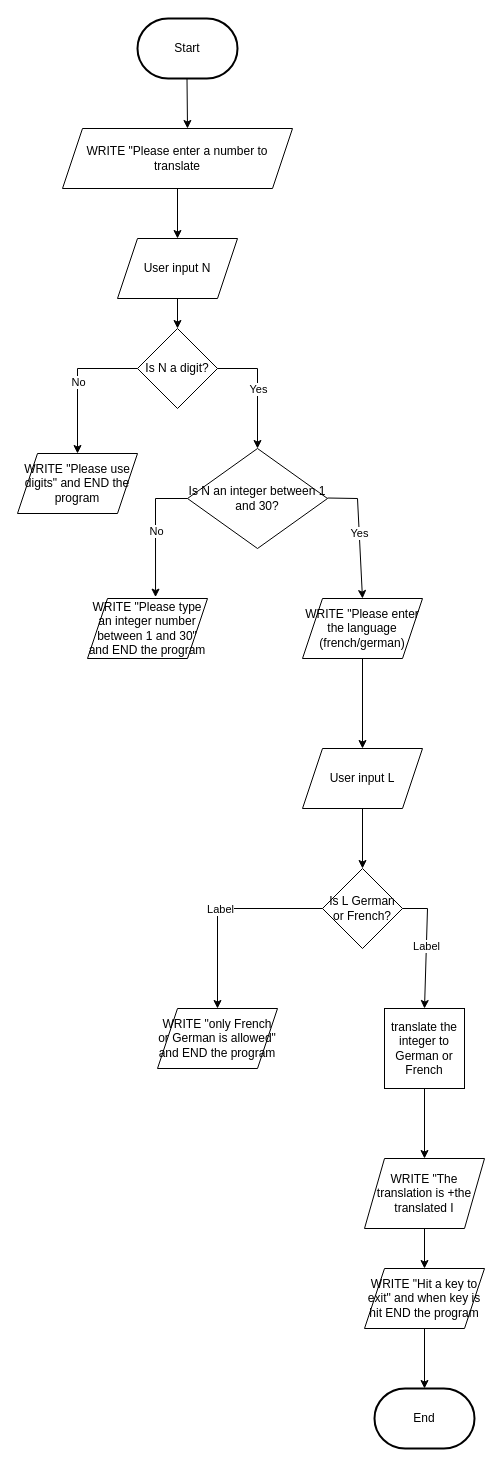
This is Untitled Diagram.drawio from AdelaKrckova/Integer-translator, a draw.io file, before an edit. Source tidied: cells renumbered, new cells numbered last; positions are measured from the earlier drawing's top-left corner, leaving out a move shared by most shapes. Both pictures are drawn from the tidied source at 100%, with x=0, y=0 at pixel (17, 18).
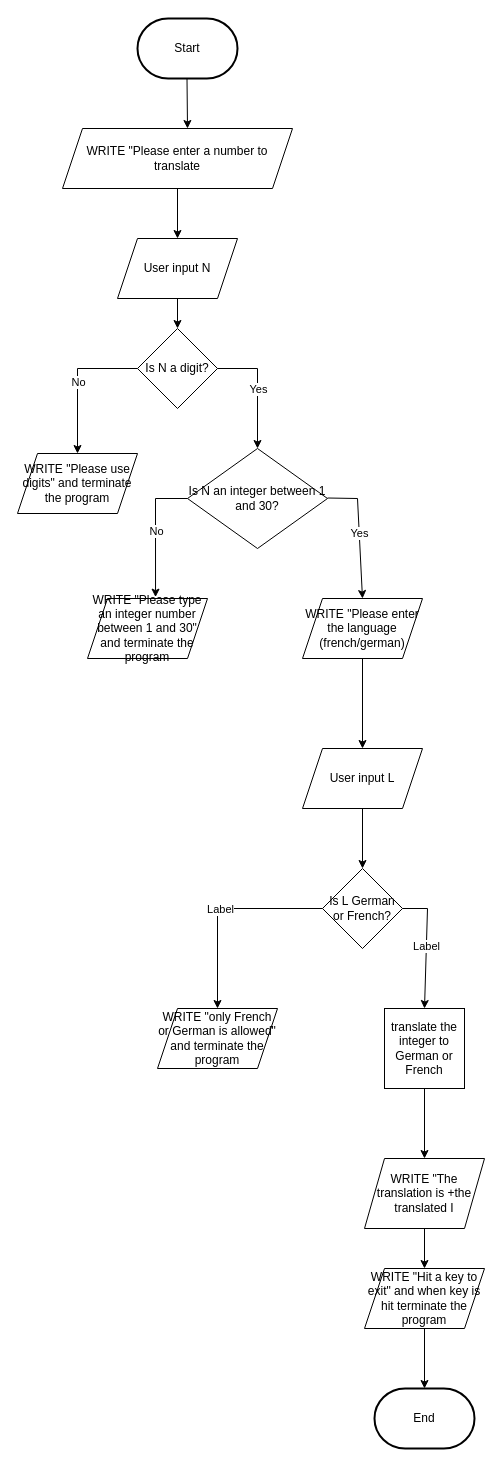
The same diagram, later.

Commit message:
Integer Translator

Diff of the diagram source:
```diff
@@
-    <mxCell id="7" value="WRITE &quot;Please use digits&quot; and END the program" style="shape=parallelogram;perimeter=parallelogramPerimeter;whiteSpace=wrap;html=1;fixedSize=1;" parent="1" vertex="1">
+    <mxCell id="7" value="WRITE &quot;Please use digits&quot; and terminate the program" style="shape=parallelogram;perimeter=parallelogramPerimeter;whiteSpace=wrap;html=1;fixedSize=1;" parent="1" vertex="1">
       <mxGeometry y="435" width="120" height="60" as="geometry" />
     </mxCell>
@@
-    <mxCell id="9" value="WRITE &quot;Please type an integer number between 1 and 30&quot; and END the program" style="shape=parallelogram;perimeter=parallelogramPerimeter;whiteSpace=wrap;html=1;fixedSize=1;" parent="1" vertex="1">
+    <mxCell id="9" value="WRITE &quot;Please type an integer number between 1 and 30&quot; and terminate the program" style="shape=parallelogram;perimeter=parallelogramPerimeter;whiteSpace=wrap;html=1;fixedSize=1;" parent="1" vertex="1">
       <mxGeometry x="70" y="580" width="120" height="60" as="geometry" />
     </mxCell>
@@
-    <mxCell id="15" value="WRITE &quot;only French or German is allowed&quot; and END the program" style="shape=parallelogram;perimeter=parallelogramPerimeter;whiteSpace=wrap;html=1;fixedSize=1;" parent="1" vertex="1">
+    <mxCell id="15" value="WRITE &quot;only French or German is allowed&quot; and terminate the program" style="shape=parallelogram;perimeter=parallelogramPerimeter;whiteSpace=wrap;html=1;fixedSize=1;" parent="1" vertex="1">
       <mxGeometry x="140" y="990" width="120" height="60" as="geometry" />
     </mxCell>
@@
-    <mxCell id="21" value="WRITE &quot;Hit a key to exit&quot; and when key is hit END the program" style="shape=parallelogram;perimeter=parallelogramPerimeter;whiteSpace=wrap;html=1;fixedSize=1;" parent="1" vertex="1">
+    <mxCell id="21" value="WRITE &quot;Hit a key to exit&quot; and when key is hit terminate the program" style="shape=parallelogram;perimeter=parallelogramPerimeter;whiteSpace=wrap;html=1;fixedSize=1;" parent="1" vertex="1">
       <mxGeometry x="347" y="1250" width="120" height="60" as="geometry" />
     </mxCell>
```
